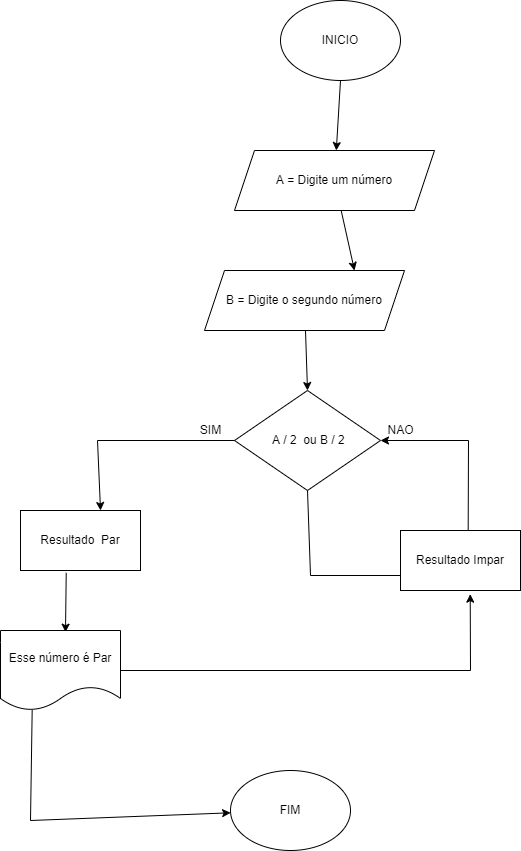
Above: exercicio5.png in lualgoritmo/ExerciciosIntroducaoLogica (draw.io), before the change. Source tidied: cells renumbered, new cells last; positions are measured from the earlier drawing's top-left corner, leaving out a move shared by most shapes.
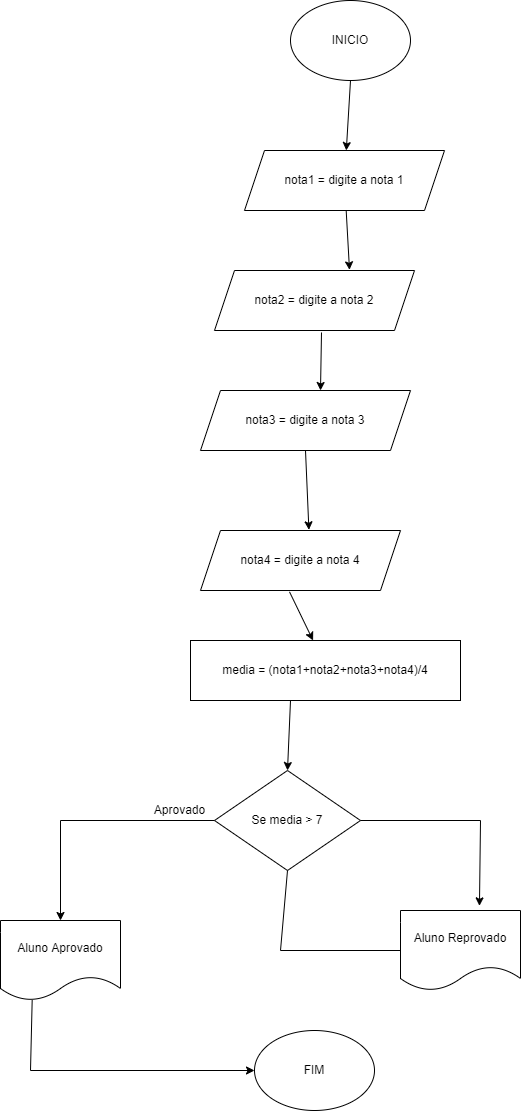
Later version of the same file.

Commit message:
Exercicio de Média Corrigido e finalizado

Diff of the diagram source:
```diff
@@ -5,81 +5,85 @@
     <mxCell id="2" value="INICIO" style="ellipse;whiteSpace=wrap;html=1;" parent="1" vertex="1">
       <mxGeometry x="280" width="120" height="80" as="geometry" />
     </mxCell>
-    <mxCell id="3" value="A = Digite um número" style="shape=parallelogram;perimeter=parallelogramPerimeter;whiteSpace=wrap;html=1;fixedSize=1;" parent="1" vertex="1">
+    <mxCell id="3" value="nota1 = digite a nota 1" style="shape=parallelogram;perimeter=parallelogramPerimeter;whiteSpace=wrap;html=1;fixedSize=1;" parent="1" vertex="1">
       <mxGeometry x="234" y="150" width="200" height="60" as="geometry" />
     </mxCell>
     <mxCell id="4" style="endArrow=classic;html=1;rounded=0;exitX=0.5;exitY=1;exitDx=0;exitDy=0;" parent="1" edge="1" source="2" target="3">
       <mxGeometry relative="1" as="geometry" />
     </mxCell>
-    <mxCell id="5" value="B = Digite o segundo número" style="shape=parallelogram;perimeter=parallelogramPerimeter;whiteSpace=wrap;html=1;fixedSize=1;" parent="1" vertex="1">
+    <mxCell id="5" value="nota2 = digite a nota 2" style="shape=parallelogram;perimeter=parallelogramPerimeter;whiteSpace=wrap;html=1;fixedSize=1;" parent="1" vertex="1">
       <mxGeometry x="204" y="270" width="200" height="60" as="geometry" />
     </mxCell>
-    <mxCell id="6" style="endArrow=classic;html=1;rounded=0;entryX=0.75;entryY=0;entryDx=0;entryDy=0;" parent="1" edge="1" source="3" target="5">
+    <mxCell id="6" style="endArrow=classic;html=1;rounded=0;entryX=0.675;entryY=-0.011;entryDx=0;entryDy=0;entryPerimeter=0;" parent="1" edge="1" source="3" target="5">
       <mxGeometry relative="1" as="geometry" />
     </mxCell>
-    <mxCell id="7" value="&amp;nbsp;A / 2&amp;nbsp; ou B / 2" style="rhombus;whiteSpace=wrap;html=1;" parent="1" vertex="1">
-      <mxGeometry x="234" y="390" width="146" height="100" as="geometry" />
+    <mxCell id="7" value="Se media &amp;gt; 7" style="rhombus;whiteSpace=wrap;html=1;" parent="1" vertex="1">
+      <mxGeometry x="204" y="770" width="146" height="100" as="geometry" />
     </mxCell>
-    <mxCell id="8" value="Resultado&amp;nbsp; Par" style="rounded=0;whiteSpace=wrap;html=1;" parent="1" vertex="1">
-      <mxGeometry x="20" y="510" width="120" height="60" as="geometry" />
-    </mxCell>
-    <mxCell id="9" style="endArrow=classic;html=1;rounded=0;entryX=0.667;entryY=0;entryDx=0;entryDy=0;entryPerimeter=0;exitX=0;exitY=0.5;exitDx=0;exitDy=0;" parent="1" edge="1" source="7" target="8">
+    <mxCell id="9" style="endArrow=classic;html=1;rounded=0;exitX=0;exitY=0.5;exitDx=0;exitDy=0;" parent="1" edge="1" source="7" target="18">
       <mxGeometry relative="1" as="geometry">
         <Array as="points">
-          <mxPoint x="97" y="440" />
+          <mxPoint x="50" y="820" />
         </Array>
       </mxGeometry>
     </mxCell>
-    <mxCell id="10" value="SIM" style="text;html=1;align=center;verticalAlign=middle;strokeColor=none;fillColor=none;" parent="1" vertex="1">
-      <mxGeometry x="190" y="420" width="40" height="20" as="geometry" />
+    <mxCell id="10" value="Aprovado" style="text;html=1;align=center;verticalAlign=middle;strokeColor=none;fillColor=none;" parent="1" vertex="1">
+      <mxGeometry x="134" y="800" width="70" height="20" as="geometry" />
     </mxCell>
-    <mxCell id="11" value="Resultado Impar" style="rounded=0;whiteSpace=wrap;html=1;" parent="1" vertex="1">
-      <mxGeometry x="400" y="530" width="120" height="60" as="geometry" />
-    </mxCell>
-    <mxCell id="12" style="endArrow=classic;html=1;rounded=0;exitX=0.564;exitY=0.006;exitDx=0;exitDy=0;exitPerimeter=0;entryX=1;entryY=0.5;entryDx=0;entryDy=0;" parent="1" edge="1" source="11" target="7">
-      <mxGeometry relative="1" as="geometry">
-        <Array as="points">
-          <mxPoint x="468" y="440" />
-        </Array>
-      </mxGeometry>
-    </mxCell>
-    <mxCell id="13" style="endArrow=none;html=1;rounded=0;entryX=0.5;entryY=1;entryDx=0;entryDy=0;exitX=0;exitY=0.75;exitDx=0;exitDy=0;" parent="1" edge="1" source="11" target="7">
+    <mxCell id="13" style="endArrow=none;html=1;rounded=0;entryX=0.5;entryY=1;entryDx=0;entryDy=0;exitX=0;exitY=0.5;exitDx=0;exitDy=0;" parent="1" edge="1" source="25" target="7">
       <mxGeometry relative="1" as="geometry">
         <Array as="points">
-          <mxPoint x="310" y="575" />
+          <mxPoint x="270" y="950" />
         </Array>
       </mxGeometry>
     </mxCell>
-    <mxCell id="14" style="endArrow=classic;html=1;rounded=0;entryX=0.581;entryY=1.061;entryDx=0;entryDy=0;entryPerimeter=0;" parent="1" edge="1" source="18" target="11">
-      <mxGeometry relative="1" as="geometry">
-        <Array as="points">
-          <mxPoint x="470" y="670" />
-        </Array>
-      </mxGeometry>
-    </mxCell>
-    <mxCell id="15" style="endArrow=classic;html=1;rounded=0;exitX=0.381;exitY=1.039;exitDx=0;exitDy=0;exitPerimeter=0;entryX=0.375;entryY=0.021;entryDx=0;entryDy=0;entryPerimeter=0;" parent="1" edge="1" source="8">
-      <mxGeometry relative="1" as="geometry">
-        <mxPoint x="65" y="631.7" as="targetPoint" />
-      </mxGeometry>
-    </mxCell>
-    <mxCell id="16" style="endArrow=classic;html=1;rounded=0;entryX=0.5;entryY=0;entryDx=0;entryDy=0;" parent="1" edge="1" source="5" target="7">
-      <mxGeometry relative="1" as="geometry" />
+    <mxCell id="16" style="endArrow=classic;html=1;rounded=0;entryX=0.5;entryY=0;entryDx=0;entryDy=0;" parent="1" edge="1" target="7">
+      <mxGeometry relative="1" as="geometry">
+        <mxPoint x="280" y="700" as="sourcePoint" />
+      </mxGeometry>
     </mxCell>
-    <mxCell id="17" value="NAO" style="text;html=1;align=center;verticalAlign=middle;strokeColor=none;fillColor=none;" parent="1" vertex="1">
-      <mxGeometry x="380" y="420" width="40" height="20" as="geometry" />
-    </mxCell>
-    <mxCell id="18" value="Esse número é Par" style="shape=document;whiteSpace=wrap;html=1;boundedLbl=1;" parent="1" vertex="1">
-      <mxGeometry y="630" width="120" height="80" as="geometry" />
+    <mxCell id="18" value="Aluno Aprovado" style="shape=document;whiteSpace=wrap;html=1;boundedLbl=1;" parent="1" vertex="1">
+      <mxGeometry x="-10" y="920" width="120" height="80" as="geometry" />
     </mxCell>
     <mxCell id="19" value="FIM" style="ellipse;whiteSpace=wrap;html=1;" parent="1" vertex="1">
-      <mxGeometry x="230" y="770" width="120" height="80" as="geometry" />
+      <mxGeometry x="244" y="1030" width="120" height="80" as="geometry" />
     </mxCell>
     <mxCell id="20" style="endArrow=classic;html=1;rounded=0;exitX=0.264;exitY=0.996;exitDx=0;exitDy=0;exitPerimeter=0;" parent="1" edge="1" source="18" target="19">
       <mxGeometry relative="1" as="geometry">
         <Array as="points">
-          <mxPoint x="30" y="820" />
+          <mxPoint x="20" y="1070" />
         </Array>
       </mxGeometry>
     </mxCell>
+    <mxCell id="21" value="nota3 = digite a nota 3" style="shape=parallelogram;perimeter=parallelogramPerimeter;whiteSpace=wrap;html=1;fixedSize=1;" parent="1" vertex="1">
+      <mxGeometry x="190" y="390" width="210" height="60" as="geometry" />
+    </mxCell>
+    <mxCell id="22" style="endArrow=classic;html=1;rounded=0;exitX=0.535;exitY=1.033;exitDx=0;exitDy=0;exitPerimeter=0;" parent="1" edge="1" source="5">
+      <mxGeometry relative="1" as="geometry">
+        <mxPoint x="310" y="390" as="targetPoint" />
+      </mxGeometry>
+    </mxCell>
+    <mxCell id="23" value="nota4 = digite a nota 4" style="shape=parallelogram;perimeter=parallelogramPerimeter;whiteSpace=wrap;html=1;fixedSize=1;" parent="1" vertex="1">
+      <mxGeometry x="190" y="530" width="200" height="60" as="geometry" />
+    </mxCell>
+    <mxCell id="24" style="endArrow=classic;html=1;rounded=0;exitX=0.5;exitY=1;exitDx=0;exitDy=0;entryX=0.542;entryY=-0.011;entryDx=0;entryDy=0;entryPerimeter=0;" parent="1" edge="1" source="21" target="23">
+      <mxGeometry relative="1" as="geometry" />
+    </mxCell>
+    <mxCell id="25" value="Aluno Reprovado" style="shape=document;whiteSpace=wrap;html=1;boundedLbl=1;" parent="1" vertex="1">
+      <mxGeometry x="390" y="910" width="120" height="80" as="geometry" />
+    </mxCell>
+    <mxCell id="26" style="endArrow=classic;html=1;rounded=0;exitX=1;exitY=0.5;exitDx=0;exitDy=0;entryX=0.658;entryY=-0.058;entryDx=0;entryDy=0;entryPerimeter=0;" parent="1" edge="1" source="7" target="25">
+      <mxGeometry relative="1" as="geometry">
+        <Array as="points">
+          <mxPoint x="470" y="820" />
+        </Array>
+      </mxGeometry>
+    </mxCell>
+    <mxCell id="27" value="media = (nota1+nota2+nota3+nota4)/4" style="rounded=0;whiteSpace=wrap;html=1;" parent="1" vertex="1">
+      <mxGeometry x="180" y="640" width="270" height="60" as="geometry" />
+    </mxCell>
+    <mxCell id="28" style="endArrow=classic;html=1;rounded=0;exitX=0.445;exitY=1.022;exitDx=0;exitDy=0;exitPerimeter=0;entryX=0.454;entryY=0;entryDx=0;entryDy=0;entryPerimeter=0;" parent="1" edge="1" source="23" target="27">
+      <mxGeometry relative="1" as="geometry" />
+    </mxCell>
   </root>
 </mxGraphModel>
```
